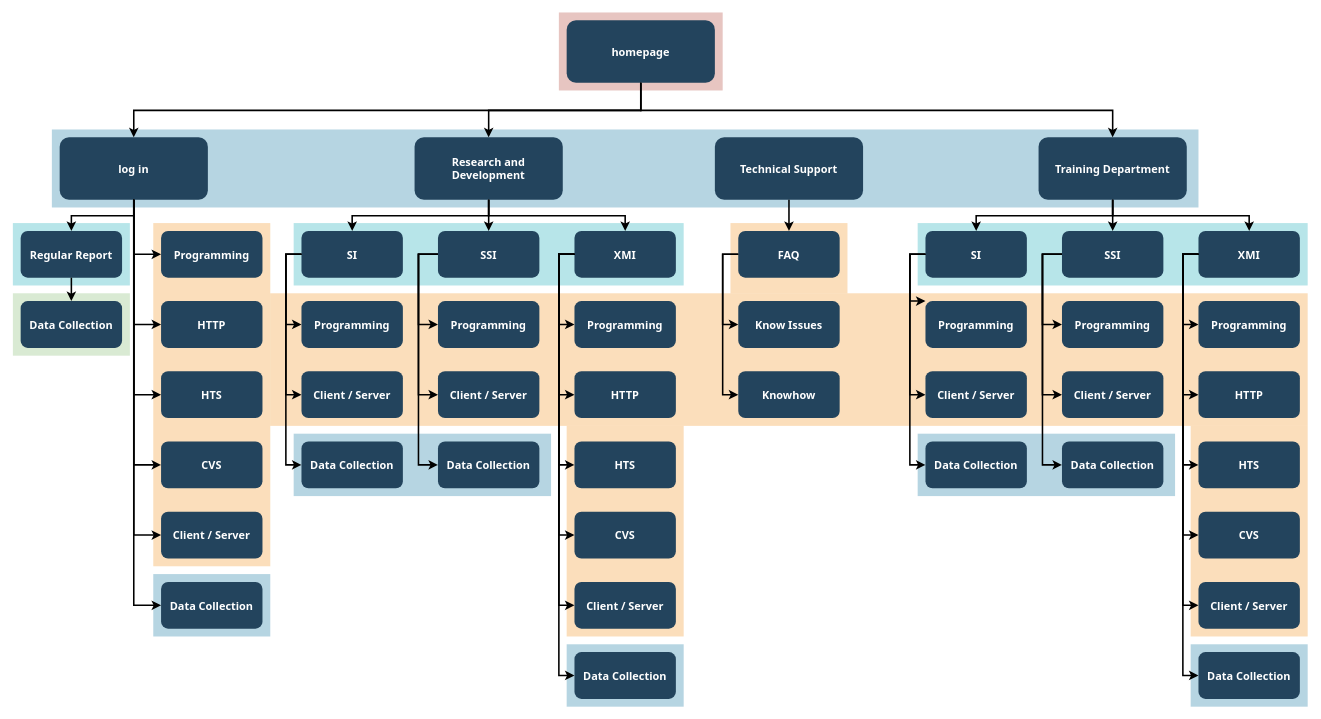
Before: page "Page-1" (1 of 2) of Untitled Diagram.drawio in xavierlmendez/Pathways, a draw.io diagram. Source tidied: cells renumbered, new cells numbered last; positions are measured from the earlier drawing's top-left corner, leaving out a move shared by most shapes. Both pictures are drawn from the tidied source at 78%, with x=0, y=0 at pixel (12, 12).
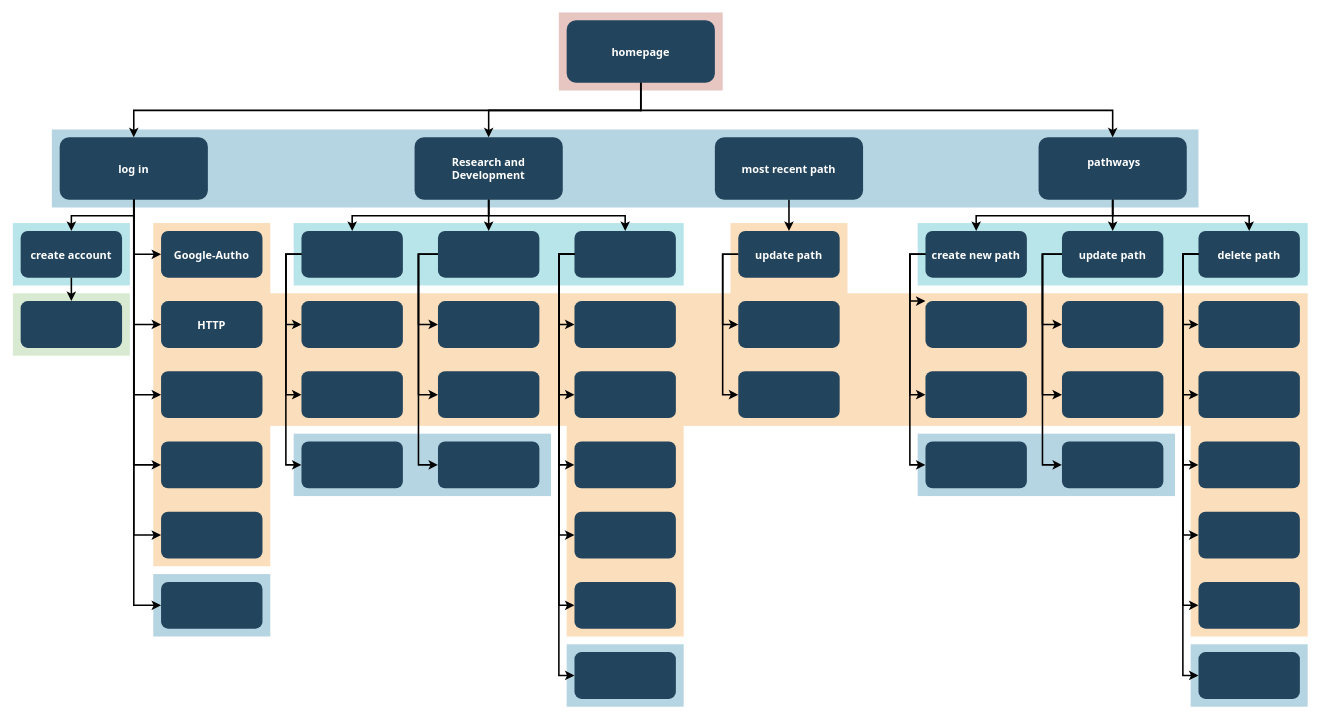
The same page after the edit.

The edit, as a diff of the source:
```diff
@@
-    <mxCell id="19" value="Training Department" style="rounded=1;fillColor=#23445D;gradientColor=none;strokeColor=none;fontColor=#FFFFFF;fontStyle=1;fontFamily=Tahoma;fontSize=14;" parent="1" vertex="1">
+    <mxCell id="19" value=" pathways&#10;" style="rounded=1;fillColor=#23445D;gradientColor=none;strokeColor=none;fontColor=#FFFFFF;fontStyle=1;fontFamily=Tahoma;fontSize=14;" parent="1" vertex="1">
       <mxGeometry x="1315" y="159.5" width="190" height="80" as="geometry" />
     </mxCell>
@@
-    <mxCell id="21" value="Technical Support" style="rounded=1;fillColor=#23445D;gradientColor=none;strokeColor=none;fontColor=#FFFFFF;fontStyle=1;fontFamily=Tahoma;fontSize=14;" parent="1" vertex="1">
+    <mxCell id="21" value="most recent path" style="rounded=1;fillColor=#23445D;gradientColor=none;strokeColor=none;fontColor=#FFFFFF;fontStyle=1;fontFamily=Tahoma;fontSize=14;" parent="1" vertex="1">
       <mxGeometry x="900" y="159.5" width="190" height="80" as="geometry" />
     </mxCell>
@@
-    <mxCell id="24" value="Regular Report" style="rounded=1;fillColor=#23445D;gradientColor=none;strokeColor=none;fontColor=#FFFFFF;fontStyle=1;fontFamily=Tahoma;fontSize=14;" parent="1" vertex="1">
+    <mxCell id="24" value="create account" style="rounded=1;fillColor=#23445D;gradientColor=none;strokeColor=none;fontColor=#FFFFFF;fontStyle=1;fontFamily=Tahoma;fontSize=14;" parent="1" vertex="1">
       <mxGeometry x="10" y="279.5" width="130" height="60" as="geometry" />
     </mxCell>
-    <mxCell id="25" value="Data Collection" style="rounded=1;fillColor=#23445D;gradientColor=none;strokeColor=none;fontColor=#FFFFFF;fontStyle=1;fontFamily=Tahoma;fontSize=14;" parent="1" vertex="1">
+    <mxCell id="25" style="rounded=1;fillColor=#23445D;gradientColor=none;strokeColor=none;fontColor=#FFFFFF;fontStyle=1;fontFamily=Tahoma;fontSize=14;" parent="1" vertex="1">
       <mxGeometry x="10" y="369.5" width="130" height="60" as="geometry" />
     </mxCell>
-    <mxCell id="26" value="Programming" style="rounded=1;fillColor=#23445D;gradientColor=none;strokeColor=none;fontColor=#FFFFFF;fontStyle=1;fontFamily=Tahoma;fontSize=14;" parent="1" vertex="1">
+    <mxCell id="26" value="Google-Autho" style="rounded=1;fillColor=#23445D;gradientColor=none;strokeColor=none;fontColor=#FFFFFF;fontStyle=1;fontFamily=Tahoma;fontSize=14;" parent="1" vertex="1">
       <mxGeometry x="190" y="279.5" width="130" height="60" as="geometry" />
     </mxCell>
@@
-    <mxCell id="28" value="HTS" style="rounded=1;fillColor=#23445D;gradientColor=none;strokeColor=none;fontColor=#FFFFFF;fontStyle=1;fontFamily=Tahoma;fontSize=14;" parent="1" vertex="1">
+    <mxCell id="28" style="rounded=1;fillColor=#23445D;gradientColor=none;strokeColor=none;fontColor=#FFFFFF;fontStyle=1;fontFamily=Tahoma;fontSize=14;" parent="1" vertex="1">
       <mxGeometry x="190" y="459.5" width="130" height="60" as="geometry" />
     </mxCell>
-    <mxCell id="29" value="CVS" style="rounded=1;fillColor=#23445D;gradientColor=none;strokeColor=none;fontColor=#FFFFFF;fontStyle=1;fontFamily=Tahoma;fontSize=14;" parent="1" vertex="1">
+    <mxCell id="29" style="rounded=1;fillColor=#23445D;gradientColor=none;strokeColor=none;fontColor=#FFFFFF;fontStyle=1;fontFamily=Tahoma;fontSize=14;" parent="1" vertex="1">
       <mxGeometry x="190" y="549.5" width="130" height="60" as="geometry" />
     </mxCell>
-    <mxCell id="30" value="Client / Server" style="rounded=1;fillColor=#23445D;gradientColor=none;strokeColor=none;fontColor=#FFFFFF;fontStyle=1;fontFamily=Tahoma;fontSize=14;" parent="1" vertex="1">
+    <mxCell id="30" style="rounded=1;fillColor=#23445D;gradientColor=none;strokeColor=none;fontColor=#FFFFFF;fontStyle=1;fontFamily=Tahoma;fontSize=14;" parent="1" vertex="1">
       <mxGeometry x="190" y="639.5" width="130" height="60" as="geometry" />
     </mxCell>
-    <mxCell id="31" value="Data Collection" style="rounded=1;fillColor=#23445D;gradientColor=none;strokeColor=none;fontColor=#FFFFFF;fontStyle=1;fontFamily=Tahoma;fontSize=14;" parent="1" vertex="1">
+    <mxCell id="31" style="rounded=1;fillColor=#23445D;gradientColor=none;strokeColor=none;fontColor=#FFFFFF;fontStyle=1;fontFamily=Tahoma;fontSize=14;" parent="1" vertex="1">
       <mxGeometry x="190" y="729.5" width="130" height="60" as="geometry" />
     </mxCell>
-    <mxCell id="32" value="SI" style="rounded=1;fillColor=#23445D;gradientColor=none;strokeColor=none;fontColor=#FFFFFF;fontStyle=1;fontFamily=Tahoma;fontSize=14;" parent="1" vertex="1">
+    <mxCell id="32" style="rounded=1;fillColor=#23445D;gradientColor=none;strokeColor=none;fontColor=#FFFFFF;fontStyle=1;fontFamily=Tahoma;fontSize=14;" parent="1" vertex="1">
       <mxGeometry x="370" y="279.5" width="130" height="60" as="geometry" />
     </mxCell>
-    <mxCell id="33" value="Programming" style="rounded=1;fillColor=#23445D;gradientColor=none;strokeColor=none;fontColor=#FFFFFF;fontStyle=1;fontFamily=Tahoma;fontSize=14;" parent="1" vertex="1">
+    <mxCell id="33" style="rounded=1;fillColor=#23445D;gradientColor=none;strokeColor=none;fontColor=#FFFFFF;fontStyle=1;fontFamily=Tahoma;fontSize=14;" parent="1" vertex="1">
       <mxGeometry x="370" y="369.5" width="130" height="60" as="geometry" />
     </mxCell>
-    <mxCell id="34" value="Client / Server" style="rounded=1;fillColor=#23445D;gradientColor=none;strokeColor=none;fontColor=#FFFFFF;fontStyle=1;fontFamily=Tahoma;fontSize=14;" parent="1" vertex="1">
+    <mxCell id="34" style="rounded=1;fillColor=#23445D;gradientColor=none;strokeColor=none;fontColor=#FFFFFF;fontStyle=1;fontFamily=Tahoma;fontSize=14;" parent="1" vertex="1">
       <mxGeometry x="370" y="459.5" width="130" height="60" as="geometry" />
     </mxCell>
-    <mxCell id="35" value="Data Collection" style="rounded=1;fillColor=#23445D;gradientColor=none;strokeColor=none;fontColor=#FFFFFF;fontStyle=1;fontFamily=Tahoma;fontSize=14;" parent="1" vertex="1">
+    <mxCell id="35" style="rounded=1;fillColor=#23445D;gradientColor=none;strokeColor=none;fontColor=#FFFFFF;fontStyle=1;fontFamily=Tahoma;fontSize=14;" parent="1" vertex="1">
       <mxGeometry x="370" y="549.5" width="130" height="60" as="geometry" />
     </mxCell>
-    <mxCell id="36" value="SSI" style="rounded=1;fillColor=#23445D;gradientColor=none;strokeColor=none;fontColor=#FFFFFF;fontStyle=1;fontFamily=Tahoma;fontSize=14;" parent="1" vertex="1">
+    <mxCell id="36" style="rounded=1;fillColor=#23445D;gradientColor=none;strokeColor=none;fontColor=#FFFFFF;fontStyle=1;fontFamily=Tahoma;fontSize=14;" parent="1" vertex="1">
       <mxGeometry x="545" y="279.5" width="130" height="60" as="geometry" />
     </mxCell>
-    <mxCell id="37" value="Programming" style="rounded=1;fillColor=#23445D;gradientColor=none;strokeColor=none;fontColor=#FFFFFF;fontStyle=1;fontFamily=Tahoma;fontSize=14;" parent="1" vertex="1">
+    <mxCell id="37" style="rounded=1;fillColor=#23445D;gradientColor=none;strokeColor=none;fontColor=#FFFFFF;fontStyle=1;fontFamily=Tahoma;fontSize=14;" parent="1" vertex="1">
       <mxGeometry x="545" y="369.5" width="130" height="60" as="geometry" />
     </mxCell>
-    <mxCell id="38" value="Client / Server" style="rounded=1;fillColor=#23445D;gradientColor=none;strokeColor=none;fontColor=#FFFFFF;fontStyle=1;fontFamily=Tahoma;fontSize=14;" parent="1" vertex="1">
+    <mxCell id="38" style="rounded=1;fillColor=#23445D;gradientColor=none;strokeColor=none;fontColor=#FFFFFF;fontStyle=1;fontFamily=Tahoma;fontSize=14;" parent="1" vertex="1">
       <mxGeometry x="545" y="459.5" width="130" height="60" as="geometry" />
     </mxCell>
-    <mxCell id="39" value="Data Collection" style="rounded=1;fillColor=#23445D;gradientColor=none;strokeColor=none;fontColor=#FFFFFF;fontStyle=1;fontFamily=Tahoma;fontSize=14;" parent="1" vertex="1">
+    <mxCell id="39" style="rounded=1;fillColor=#23445D;gradientColor=none;strokeColor=none;fontColor=#FFFFFF;fontStyle=1;fontFamily=Tahoma;fontSize=14;" parent="1" vertex="1">
       <mxGeometry x="545" y="549.5" width="130" height="60" as="geometry" />
     </mxCell>
-    <mxCell id="40" value="XMI" style="rounded=1;fillColor=#23445D;gradientColor=none;strokeColor=none;fontColor=#FFFFFF;fontStyle=1;fontFamily=Tahoma;fontSize=14;" parent="1" vertex="1">
+    <mxCell id="40" style="rounded=1;fillColor=#23445D;gradientColor=none;strokeColor=none;fontColor=#FFFFFF;fontStyle=1;fontFamily=Tahoma;fontSize=14;" parent="1" vertex="1">
       <mxGeometry x="720" y="279.5" width="130" height="60" as="geometry" />
     </mxCell>
-    <mxCell id="41" value="Programming" style="rounded=1;fillColor=#23445D;gradientColor=none;strokeColor=none;fontColor=#FFFFFF;fontStyle=1;fontFamily=Tahoma;fontSize=14;" parent="1" vertex="1">
+    <mxCell id="41" style="rounded=1;fillColor=#23445D;gradientColor=none;strokeColor=none;fontColor=#FFFFFF;fontStyle=1;fontFamily=Tahoma;fontSize=14;" parent="1" vertex="1">
       <mxGeometry x="720" y="369.5" width="130" height="60" as="geometry" />
     </mxCell>
-    <mxCell id="42" value="HTTP" style="rounded=1;fillColor=#23445D;gradientColor=none;strokeColor=none;fontColor=#FFFFFF;fontStyle=1;fontFamily=Tahoma;fontSize=14;" parent="1" vertex="1">
+    <mxCell id="42" style="rounded=1;fillColor=#23445D;gradientColor=none;strokeColor=none;fontColor=#FFFFFF;fontStyle=1;fontFamily=Tahoma;fontSize=14;" parent="1" vertex="1">
       <mxGeometry x="720" y="459.5" width="130" height="60" as="geometry" />
     </mxCell>
-    <mxCell id="43" value="HTS" style="rounded=1;fillColor=#23445D;gradientColor=none;strokeColor=none;fontColor=#FFFFFF;fontStyle=1;fontFamily=Tahoma;fontSize=14;" parent="1" vertex="1">
+    <mxCell id="43" style="rounded=1;fillColor=#23445D;gradientColor=none;strokeColor=none;fontColor=#FFFFFF;fontStyle=1;fontFamily=Tahoma;fontSize=14;" parent="1" vertex="1">
       <mxGeometry x="720" y="549.5" width="130" height="60" as="geometry" />
     </mxCell>
-    <mxCell id="44" value="CVS" style="rounded=1;fillColor=#23445D;gradientColor=none;strokeColor=none;fontColor=#FFFFFF;fontStyle=1;fontFamily=Tahoma;fontSize=14;" parent="1" vertex="1">
+    <mxCell id="44" style="rounded=1;fillColor=#23445D;gradientColor=none;strokeColor=none;fontColor=#FFFFFF;fontStyle=1;fontFamily=Tahoma;fontSize=14;" parent="1" vertex="1">
       <mxGeometry x="720" y="639.5" width="130" height="60" as="geometry" />
     </mxCell>
-    <mxCell id="45" value="Client / Server" style="rounded=1;fillColor=#23445D;gradientColor=none;strokeColor=none;fontColor=#FFFFFF;fontStyle=1;fontFamily=Tahoma;fontSize=14;" parent="1" vertex="1">
+    <mxCell id="45" style="rounded=1;fillColor=#23445D;gradientColor=none;strokeColor=none;fontColor=#FFFFFF;fontStyle=1;fontFamily=Tahoma;fontSize=14;" parent="1" vertex="1">
       <mxGeometry x="720" y="729.5" width="130" height="60" as="geometry" />
     </mxCell>
-    <mxCell id="46" value="Data Collection" style="rounded=1;fillColor=#23445D;gradientColor=none;strokeColor=none;fontColor=#FFFFFF;fontStyle=1;fontFamily=Tahoma;fontSize=14;" parent="1" vertex="1">
+    <mxCell id="46" style="rounded=1;fillColor=#23445D;gradientColor=none;strokeColor=none;fontColor=#FFFFFF;fontStyle=1;fontFamily=Tahoma;fontSize=14;" parent="1" vertex="1">
       <mxGeometry x="720" y="819.5" width="130" height="60" as="geometry" />
     </mxCell>
-    <mxCell id="47" value="FAQ" style="rounded=1;fillColor=#23445D;gradientColor=none;strokeColor=none;fontColor=#FFFFFF;fontStyle=1;fontFamily=Tahoma;fontSize=14;" parent="1" vertex="1">
+    <mxCell id="47" value="update path" style="rounded=1;fillColor=#23445D;gradientColor=none;strokeColor=none;fontColor=#FFFFFF;fontStyle=1;fontFamily=Tahoma;fontSize=14;" parent="1" vertex="1">
       <mxGeometry x="930" y="279.5" width="130" height="60" as="geometry" />
     </mxCell>
-    <mxCell id="48" value="Know Issues" style="rounded=1;fillColor=#23445D;gradientColor=none;strokeColor=none;fontColor=#FFFFFF;fontStyle=1;fontFamily=Tahoma;fontSize=14;" parent="1" vertex="1">
+    <mxCell id="48" style="rounded=1;fillColor=#23445D;gradientColor=none;strokeColor=none;fontColor=#FFFFFF;fontStyle=1;fontFamily=Tahoma;fontSize=14;" parent="1" vertex="1">
       <mxGeometry x="930" y="369.5" width="130" height="60" as="geometry" />
     </mxCell>
-    <mxCell id="49" value="Knowhow" style="rounded=1;fillColor=#23445D;gradientColor=none;strokeColor=none;fontColor=#FFFFFF;fontStyle=1;fontFamily=Tahoma;fontSize=14;" parent="1" vertex="1">
+    <mxCell id="49" style="rounded=1;fillColor=#23445D;gradientColor=none;strokeColor=none;fontColor=#FFFFFF;fontStyle=1;fontFamily=Tahoma;fontSize=14;" parent="1" vertex="1">
       <mxGeometry x="930" y="459.5" width="130" height="60" as="geometry" />
     </mxCell>
-    <mxCell id="50" value="SI" style="rounded=1;fillColor=#23445D;gradientColor=none;strokeColor=none;fontColor=#FFFFFF;fontStyle=1;fontFamily=Tahoma;fontSize=14;" parent="1" vertex="1">
+    <mxCell id="50" value="create new path" style="rounded=1;fillColor=#23445D;gradientColor=none;strokeColor=none;fontColor=#FFFFFF;fontStyle=1;fontFamily=Tahoma;fontSize=14;" parent="1" vertex="1">
       <mxGeometry x="1170" y="279.5" width="130" height="60" as="geometry" />
     </mxCell>
-    <mxCell id="51" value="Programming" style="rounded=1;fillColor=#23445D;gradientColor=none;strokeColor=none;fontColor=#FFFFFF;fontStyle=1;fontFamily=Tahoma;fontSize=14;" parent="1" vertex="1">
+    <mxCell id="51" style="rounded=1;fillColor=#23445D;gradientColor=none;strokeColor=none;fontColor=#FFFFFF;fontStyle=1;fontFamily=Tahoma;fontSize=14;" parent="1" vertex="1">
       <mxGeometry x="1170" y="369.5" width="130" height="60" as="geometry" />
     </mxCell>
-    <mxCell id="52" value="Client / Server" style="rounded=1;fillColor=#23445D;gradientColor=none;strokeColor=none;fontColor=#FFFFFF;fontStyle=1;fontFamily=Tahoma;fontSize=14;" parent="1" vertex="1">
+    <mxCell id="52" style="rounded=1;fillColor=#23445D;gradientColor=none;strokeColor=none;fontColor=#FFFFFF;fontStyle=1;fontFamily=Tahoma;fontSize=14;" parent="1" vertex="1">
       <mxGeometry x="1170" y="459.5" width="130" height="60" as="geometry" />
     </mxCell>
-    <mxCell id="53" value="Data Collection" style="rounded=1;fillColor=#23445D;gradientColor=none;strokeColor=none;fontColor=#FFFFFF;fontStyle=1;fontFamily=Tahoma;fontSize=14;" parent="1" vertex="1">
+    <mxCell id="53" style="rounded=1;fillColor=#23445D;gradientColor=none;strokeColor=none;fontColor=#FFFFFF;fontStyle=1;fontFamily=Tahoma;fontSize=14;" parent="1" vertex="1">
       <mxGeometry x="1170" y="549.5" width="130" height="60" as="geometry" />
     </mxCell>
-    <mxCell id="54" value="SSI" style="rounded=1;fillColor=#23445D;gradientColor=none;strokeColor=none;fontColor=#FFFFFF;fontStyle=1;fontFamily=Tahoma;fontSize=14;" parent="1" vertex="1">
+    <mxCell id="54" value="update path" style="rounded=1;fillColor=#23445D;gradientColor=none;strokeColor=none;fontColor=#FFFFFF;fontStyle=1;fontFamily=Tahoma;fontSize=14;" parent="1" vertex="1">
       <mxGeometry x="1345" y="279.5" width="130" height="60" as="geometry" />
     </mxCell>
-    <mxCell id="55" value="Programming" style="rounded=1;fillColor=#23445D;gradientColor=none;strokeColor=none;fontColor=#FFFFFF;fontStyle=1;fontFamily=Tahoma;fontSize=14;" parent="1" vertex="1">
+    <mxCell id="55" style="rounded=1;fillColor=#23445D;gradientColor=none;strokeColor=none;fontColor=#FFFFFF;fontStyle=1;fontFamily=Tahoma;fontSize=14;" parent="1" vertex="1">
       <mxGeometry x="1345" y="369.5" width="130" height="60" as="geometry" />
     </mxCell>
-    <mxCell id="56" value="Client / Server" style="rounded=1;fillColor=#23445D;gradientColor=none;strokeColor=none;fontColor=#FFFFFF;fontStyle=1;fontFamily=Tahoma;fontSize=14;" parent="1" vertex="1">
+    <mxCell id="56" style="rounded=1;fillColor=#23445D;gradientColor=none;strokeColor=none;fontColor=#FFFFFF;fontStyle=1;fontFamily=Tahoma;fontSize=14;" parent="1" vertex="1">
       <mxGeometry x="1345" y="459.5" width="130" height="60" as="geometry" />
     </mxCell>
-    <mxCell id="57" value="Data Collection" style="rounded=1;fillColor=#23445D;gradientColor=none;strokeColor=none;fontColor=#FFFFFF;fontStyle=1;fontFamily=Tahoma;fontSize=14;" parent="1" vertex="1">
+    <mxCell id="57" style="rounded=1;fillColor=#23445D;gradientColor=none;strokeColor=none;fontColor=#FFFFFF;fontStyle=1;fontFamily=Tahoma;fontSize=14;" parent="1" vertex="1">
       <mxGeometry x="1345" y="549.5" width="130" height="60" as="geometry" />
     </mxCell>
-    <mxCell id="58" value="XMI" style="rounded=1;fillColor=#23445D;gradientColor=none;strokeColor=none;fontColor=#FFFFFF;fontStyle=1;fontFamily=Tahoma;fontSize=14;" parent="1" vertex="1">
+    <mxCell id="58" value="delete path" style="rounded=1;fillColor=#23445D;gradientColor=none;strokeColor=none;fontColor=#FFFFFF;fontStyle=1;fontFamily=Tahoma;fontSize=14;" parent="1" vertex="1">
       <mxGeometry x="1520" y="279.5" width="130" height="60" as="geometry" />
     </mxCell>
-    <mxCell id="59" value="Programming" style="rounded=1;fillColor=#23445D;gradientColor=none;strokeColor=none;fontColor=#FFFFFF;fontStyle=1;fontFamily=Tahoma;fontSize=14;" parent="1" vertex="1">
+    <mxCell id="59" style="rounded=1;fillColor=#23445D;gradientColor=none;strokeColor=none;fontColor=#FFFFFF;fontStyle=1;fontFamily=Tahoma;fontSize=14;" parent="1" vertex="1">
       <mxGeometry x="1520" y="369.5" width="130" height="60" as="geometry" />
     </mxCell>
-    <mxCell id="60" value="HTTP" style="rounded=1;fillColor=#23445D;gradientColor=none;strokeColor=none;fontColor=#FFFFFF;fontStyle=1;fontFamily=Tahoma;fontSize=14;" parent="1" vertex="1">
+    <mxCell id="60" style="rounded=1;fillColor=#23445D;gradientColor=none;strokeColor=none;fontColor=#FFFFFF;fontStyle=1;fontFamily=Tahoma;fontSize=14;" parent="1" vertex="1">
       <mxGeometry x="1520" y="459.5" width="130" height="60" as="geometry" />
     </mxCell>
-    <mxCell id="61" value="HTS" style="rounded=1;fillColor=#23445D;gradientColor=none;strokeColor=none;fontColor=#FFFFFF;fontStyle=1;fontFamily=Tahoma;fontSize=14;" parent="1" vertex="1">
+    <mxCell id="61" style="rounded=1;fillColor=#23445D;gradientColor=none;strokeColor=none;fontColor=#FFFFFF;fontStyle=1;fontFamily=Tahoma;fontSize=14;" parent="1" vertex="1">
       <mxGeometry x="1520" y="549.5" width="130" height="60" as="geometry" />
     </mxCell>
-    <mxCell id="62" value="CVS" style="rounded=1;fillColor=#23445D;gradientColor=none;strokeColor=none;fontColor=#FFFFFF;fontStyle=1;fontFamily=Tahoma;fontSize=14;" parent="1" vertex="1">
+    <mxCell id="62" style="rounded=1;fillColor=#23445D;gradientColor=none;strokeColor=none;fontColor=#FFFFFF;fontStyle=1;fontFamily=Tahoma;fontSize=14;" parent="1" vertex="1">
       <mxGeometry x="1520" y="639.5" width="130" height="60" as="geometry" />
     </mxCell>
-    <mxCell id="63" value="Client / Server" style="rounded=1;fillColor=#23445D;gradientColor=none;strokeColor=none;fontColor=#FFFFFF;fontStyle=1;fontFamily=Tahoma;fontSize=14;" parent="1" vertex="1">
+    <mxCell id="63" style="rounded=1;fillColor=#23445D;gradientColor=none;strokeColor=none;fontColor=#FFFFFF;fontStyle=1;fontFamily=Tahoma;fontSize=14;" parent="1" vertex="1">
       <mxGeometry x="1520" y="729.5" width="130" height="60" as="geometry" />
     </mxCell>
-    <mxCell id="64" value="Data Collection" style="rounded=1;fillColor=#23445D;gradientColor=none;strokeColor=none;fontColor=#FFFFFF;fontStyle=1;fontFamily=Tahoma;fontSize=14;" parent="1" vertex="1">
+    <mxCell id="64" style="rounded=1;fillColor=#23445D;gradientColor=none;strokeColor=none;fontColor=#FFFFFF;fontStyle=1;fontFamily=Tahoma;fontSize=14;" parent="1" vertex="1">
       <mxGeometry x="1520" y="819.5" width="130" height="60" as="geometry" />
     </mxCell>
```
